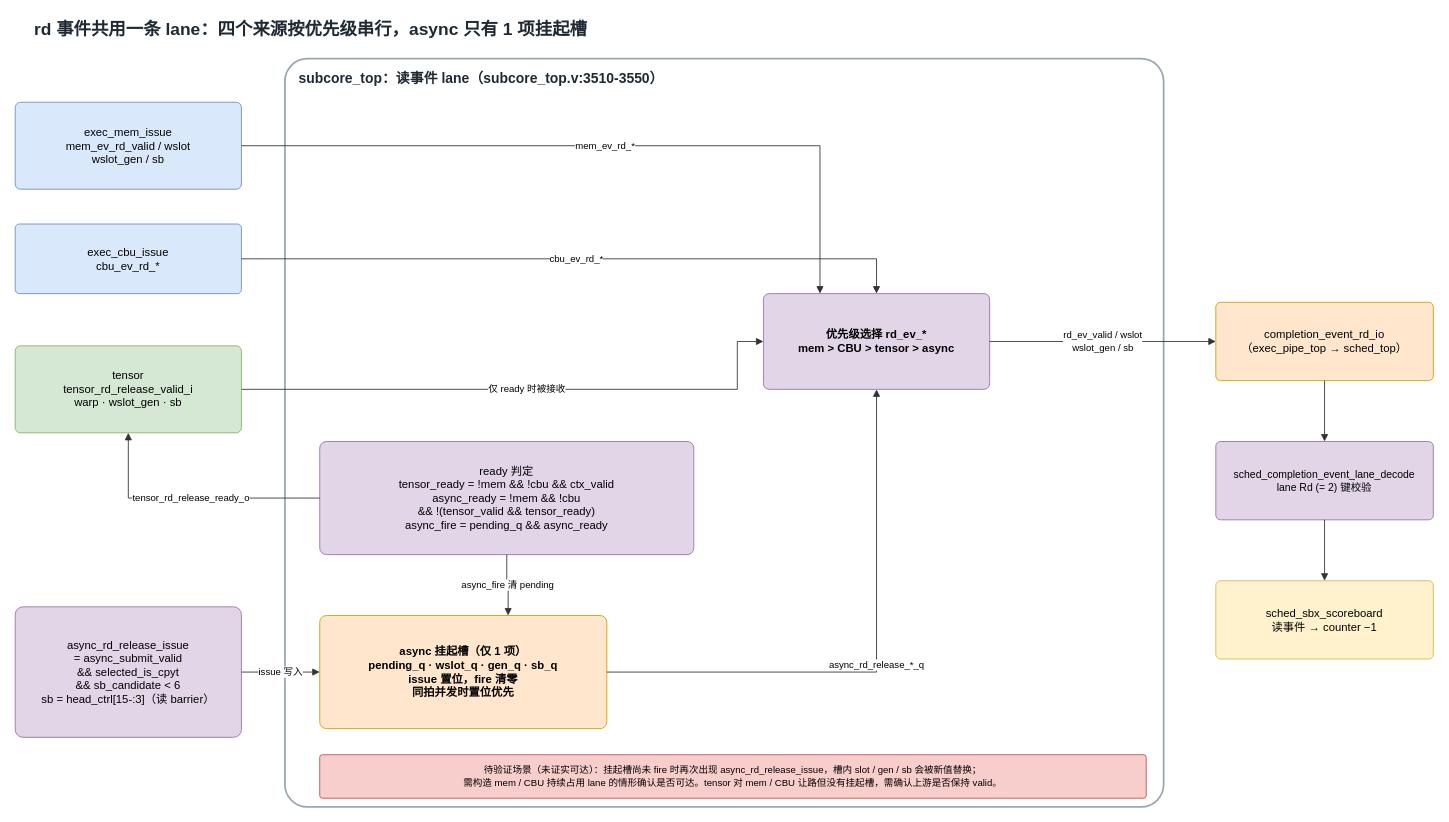
Above: projects/currygpu_subcore_ppt169_20261004/sources/07-rd-event-lane.drawio in WHUDYF/PPT-generate (draw.io), before the change. Source tidied: cells renumbered, new cells numbered last; positions are measured from the earlier drawing's top-left corner, leaving out a move shared by most shapes. Both pictures are drawn from the tidied source at 87%, with x=0, y=0 at pixel (15, 15).
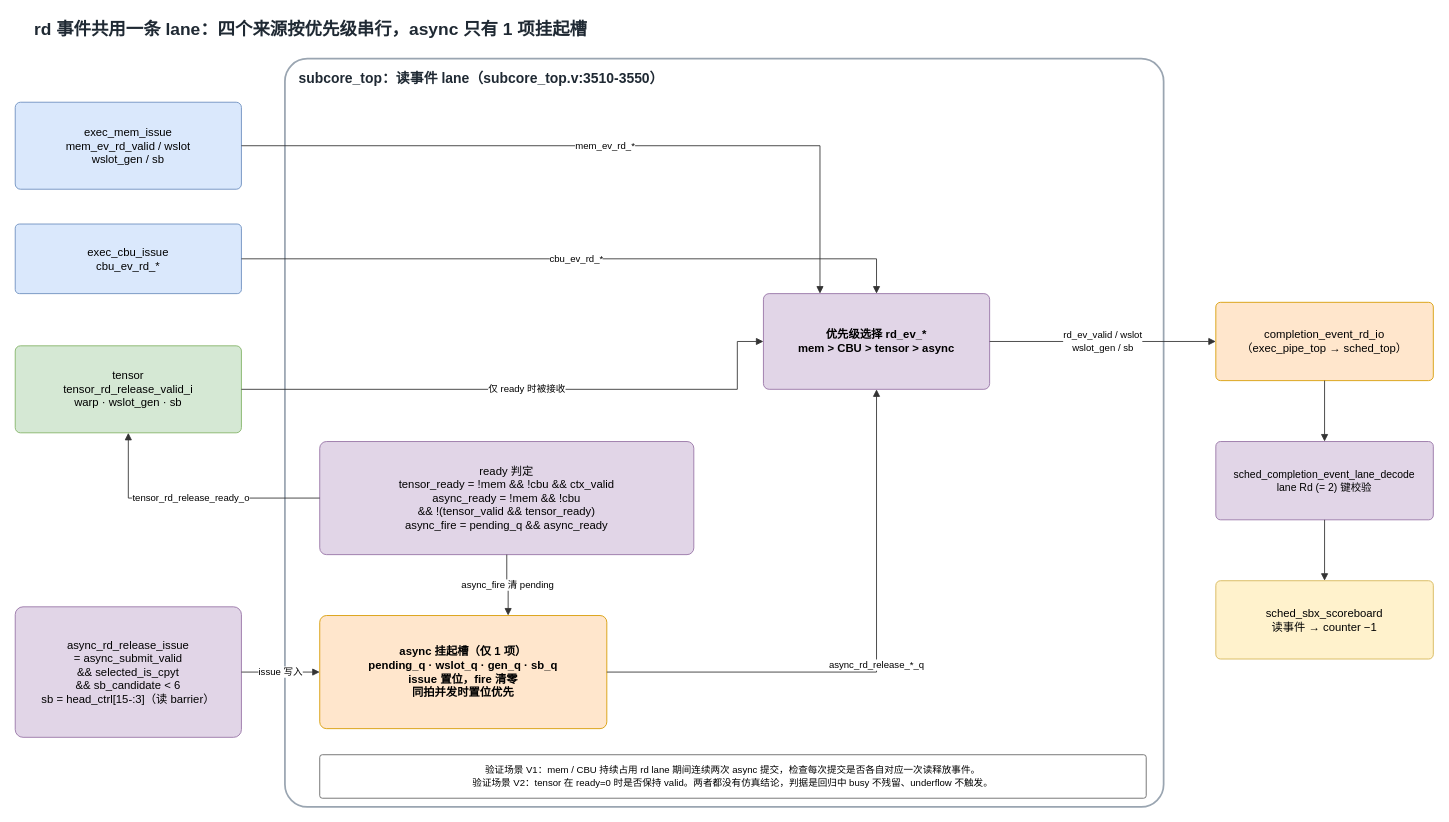
The same diagram, later.

What changed in the source:
```diff
@@
-    <mxCell id="24" value="待验证场景（未证实可达）：挂起槽尚未 fire 时再次出现 async_rd_release_issue，槽内 slot / gen / sb 会被新值替换；&#10;需构造 mem / CBU 持续占用 lane 的情形确认是否可达。tensor 对 mem / CBU 让路但没有挂起槽，需确认上游是否保持 valid。" style="rounded=1;arcSize=6;whiteSpace=wrap;html=1;fillColor=#F8CECC;strokeColor=#B85450;fontSize=11;" parent="1" vertex="1">
+    <mxCell id="24" value="验证场景 V1：mem / CBU 持续占用 rd lane 期间连续两次 async 提交，检查每次提交是否各自对应一次读释放事件。&#10;验证场景 V2：tensor 在 ready=0 时是否保持 valid。两者都没有仿真结论，判据是回归中 busy 不残留、underflow 不触发。" style="rounded=1;arcSize=6;whiteSpace=wrap;html=1;fillColor=#FFFFFF;strokeColor=#666666;fontSize=11;" parent="1" vertex="1">
       <mxGeometry x="350" y="850" width="950" height="50" as="geometry" />
     </mxCell>
```
